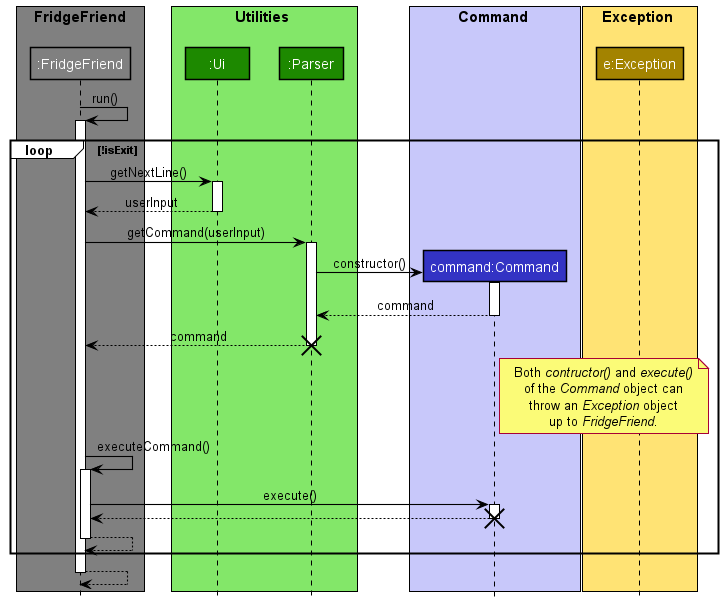
Before: docs/diagrams/diagram_images/MainLogicSequenceDiagram.png, a diagram exported from PlantUML (nus-cs2113-AY2021S2/tp).
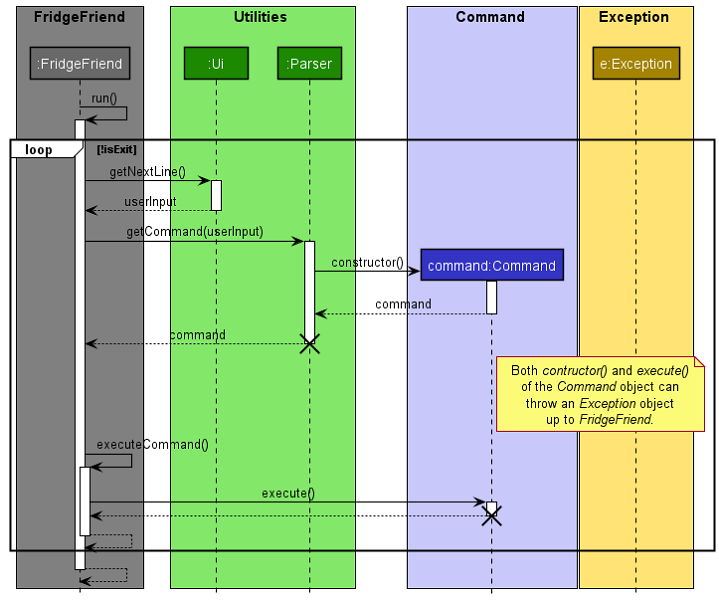
Above is the later version.

The edit, as a diff of the source:
```diff
@@ -1,7 +1,7 @@
 @startuml MainLogicSequenceDiagram
 !include style.puml
 
-box "FridgeFriend\n" FRIDGEFRIEND_COLOR
+box "FridgeFriend\n" FRIDGEFRIEND_COLOR_T1
 Participant ":FridgeFriend" as fridgefriend FRIDGEFRIEND_COLOR
 end box
 
```
